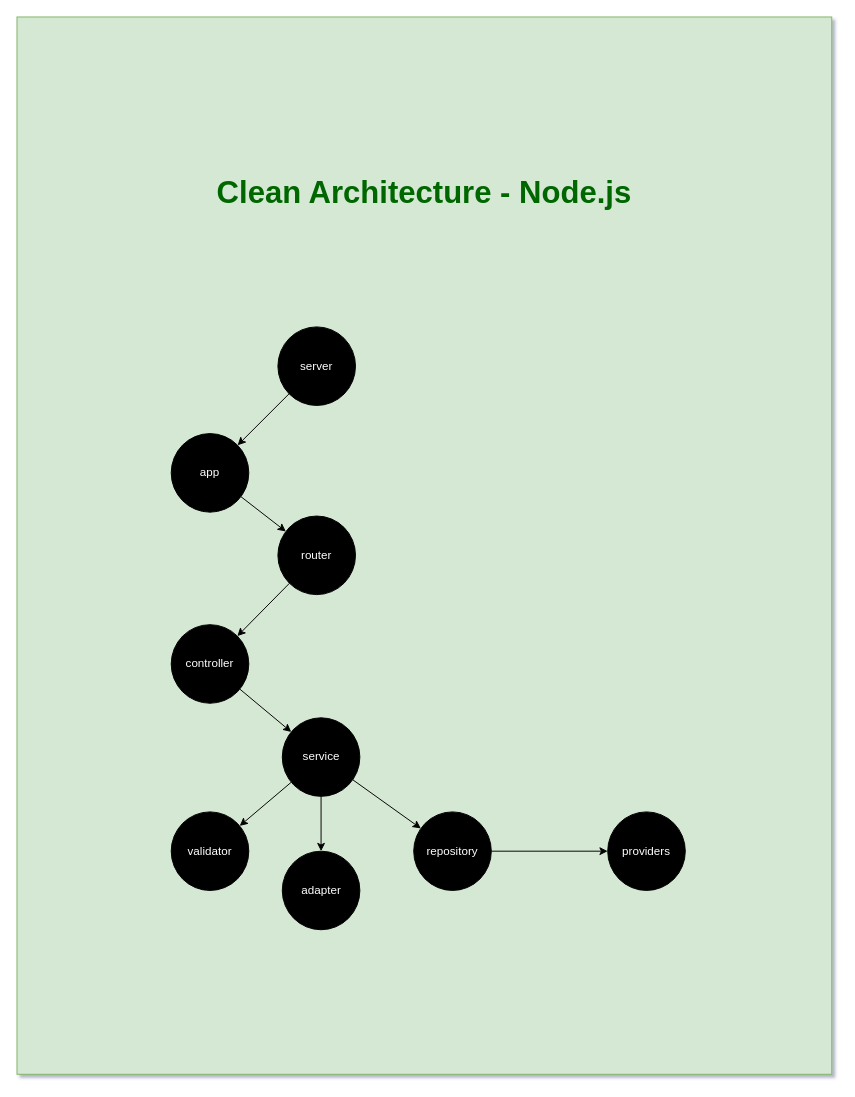
This is page "Page-1" (1 of 3) of docs/diagrams/project/backend.drawio from normancarcamo/workflyt, a draw.io file, before an edit. Source tidied: cells renumbered, new cells numbered last; positions are measured from the earlier drawing's top-left corner, leaving out a move shared by most shapes. Both pictures are drawn from the tidied source at 97%, with x=0, y=0 at pixel (16, 16).
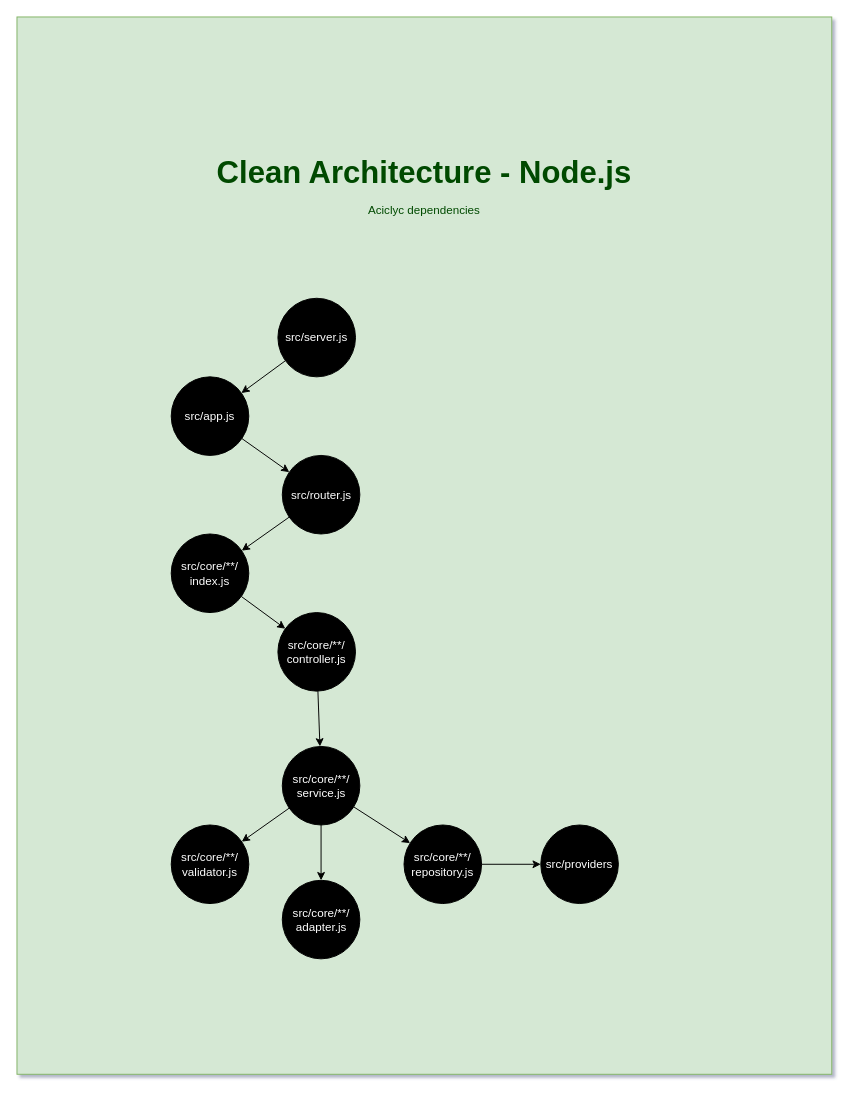
The same page after the edit.

Diff of the diagram source:
```diff
@@
+    <mxCell id="20" value="Clean Architecture - Node.js" style="text;align=center;fontStyle=1;verticalAlign=middle;spacingLeft=3;spacingRight=3;strokeColor=none;fontSize=32;fontColor=#004A00;" parent="1" vertex="1">
+      <mxGeometry x="220" y="144" width="400" height="26" as="geometry" />
+    </mxCell>
+    <mxCell id="21" value="Aciclyc dependencies" style="text;html=1;strokeColor=none;fillColor=none;align=center;verticalAlign=middle;whiteSpace=wrap;rounded=0;fontColor=#004A00;" parent="1" vertex="1">
+      <mxGeometry x="340" y="190" width="160" height="20" as="geometry" />
+    </mxCell>
@@
-    <mxCell id="4" value="repository" style="ellipse;whiteSpace=wrap;html=1;fillColor=#000000;fontColor=#FFFFFF;" parent="1" vertex="1">
-      <mxGeometry x="409" y="819.5" width="80" height="81" as="geometry" />
+    <mxCell id="4" value="src/core/**/&lt;br&gt;repository.js" style="ellipse;whiteSpace=wrap;html=1;fillColor=#000000;fontColor=#FFFFFF;" parent="1" vertex="1">
+      <mxGeometry x="399" y="833" width="80" height="81" as="geometry" />
     </mxCell>
@@
-    <mxCell id="8" value="service" style="ellipse;whiteSpace=wrap;html=1;fillColor=#000000;fontColor=#FFFFFF;" parent="1" vertex="1">
-      <mxGeometry x="273.5" y="722.5" width="80" height="81" as="geometry" />
+    <mxCell id="8" value="src/core/**/&lt;br&gt;service.js" style="ellipse;whiteSpace=wrap;html=1;fillColor=#000000;fontColor=#FFFFFF;" parent="1" vertex="1">
+      <mxGeometry x="273.5" y="752" width="80" height="81" as="geometry" />
     </mxCell>
-    <mxCell id="9" value="validator" style="ellipse;whiteSpace=wrap;html=1;fillColor=#000000;fontColor=#FFFFFF;" parent="1" vertex="1">
-      <mxGeometry x="159" y="819.5" width="80" height="81" as="geometry" />
+    <mxCell id="9" value="src/core/**/&lt;br&gt;validator.js" style="ellipse;whiteSpace=wrap;html=1;fillColor=#000000;fontColor=#FFFFFF;" parent="1" vertex="1">
+      <mxGeometry x="159" y="833" width="80" height="81" as="geometry" />
     </mxCell>
@@
-    <mxCell id="11" value="router" style="ellipse;whiteSpace=wrap;html=1;fillColor=#000000;fontColor=#FFFFFF;" parent="1" vertex="1">
-      <mxGeometry x="269" y="514.5" width="80" height="81" as="geometry" />
+    <mxCell id="11" value="src/router.js" style="ellipse;whiteSpace=wrap;html=1;fillColor=#000000;fontColor=#FFFFFF;" parent="1" vertex="1">
+      <mxGeometry x="273.5" y="452" width="80" height="81" as="geometry" />
     </mxCell>
@@
-    <mxCell id="13" value="app" style="ellipse;whiteSpace=wrap;html=1;fillColor=#000000;fontColor=#FFFFFF;" parent="1" vertex="1">
-      <mxGeometry x="159" y="429.5" width="80" height="81" as="geometry" />
+    <mxCell id="13" value="src/app.js" style="ellipse;whiteSpace=wrap;html=1;fillColor=#000000;fontColor=#FFFFFF;" parent="1" vertex="1">
+      <mxGeometry x="159" y="371" width="80" height="81" as="geometry" />
     </mxCell>
@@
-    <mxCell id="15" value="server" style="ellipse;whiteSpace=wrap;html=1;fillColor=#000000;fontColor=#FFFFFF;" parent="1" vertex="1">
-      <mxGeometry x="269" y="319.5" width="80" height="81" as="geometry" />
+    <mxCell id="15" value="src/server.js" style="ellipse;whiteSpace=wrap;html=1;fillColor=#000000;fontColor=#FFFFFF;" parent="1" vertex="1">
+      <mxGeometry x="269" y="290" width="80" height="81" as="geometry" />
     </mxCell>
-    <mxCell id="16" value="providers" style="ellipse;whiteSpace=wrap;html=1;fillColor=#000000;fontColor=#FFFFFF;" parent="1" vertex="1">
-      <mxGeometry x="609" y="819.5" width="80" height="81" as="geometry" />
+    <mxCell id="16" value="src/providers" style="ellipse;whiteSpace=wrap;html=1;fillColor=#000000;fontColor=#FFFFFF;" parent="1" vertex="1">
+      <mxGeometry x="540" y="833" width="80" height="81" as="geometry" />
     </mxCell>
-    <mxCell id="17" style="rounded=0;jettySize=auto;html=1;" parent="1" edge="1" source="18" target="8">
+    <mxCell id="17" style="rounded=0;jettySize=auto;html=1;" parent="1" edge="1" source="18" target="23">
       <mxGeometry relative="1" as="geometry" />
     </mxCell>
-    <mxCell id="18" value="controller" style="ellipse;whiteSpace=wrap;html=1;fillColor=#000000;fontColor=#FFFFFF;" parent="1" vertex="1">
-      <mxGeometry x="159" y="626.5" width="80" height="81" as="geometry" />
+    <mxCell id="18" value="src/core/**/&lt;br&gt;index.js" style="ellipse;whiteSpace=wrap;html=1;fillColor=#000000;fontColor=#FFFFFF;" parent="1" vertex="1">
+      <mxGeometry x="159" y="533" width="80" height="81" as="geometry" />
     </mxCell>
-    <mxCell id="19" value="adapter" style="ellipse;whiteSpace=wrap;html=1;fillColor=#000000;fontColor=#FFFFFF;" parent="1" vertex="1">
-      <mxGeometry x="273.5" y="860" width="80" height="81" as="geometry" />
+    <mxCell id="19" value="src/core/**/&lt;br&gt;adapter.js" style="ellipse;whiteSpace=wrap;html=1;fillColor=#000000;fontColor=#FFFFFF;" parent="1" vertex="1">
+      <mxGeometry x="273.5" y="890" width="80" height="81" as="geometry" />
     </mxCell>
-    <mxCell id="20" value="Clean Architecture - Node.js" style="text;align=center;fontStyle=1;verticalAlign=middle;spacingLeft=3;spacingRight=3;strokeColor=none;fontSize=32;fontColor=#006600;" parent="1" vertex="1">
-      <mxGeometry x="220" y="164" width="400" height="26" as="geometry" />
-    </mxCell>
+    <mxCell id="22" style="rounded=0;jettySize=auto;html=1;" parent="1" edge="1" source="23" target="8">
+      <mxGeometry relative="1" as="geometry" />
+    </mxCell>
+    <mxCell id="23" value="src/core/**/&lt;br&gt;controller.js" style="ellipse;whiteSpace=wrap;html=1;fillColor=#000000;fontColor=#FFFFFF;" parent="1" vertex="1">
+      <mxGeometry x="269" y="614" width="80" height="81" as="geometry" />
+    </mxCell>
```
